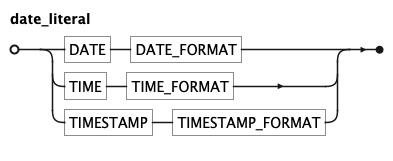
Earlier version of the PlantUML export docs/kql/date_literal.png (koryki-java/core).
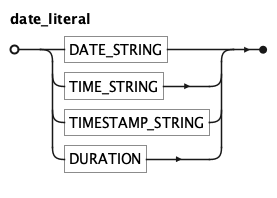
The same diagram one commit later.

The edit, as a diff of the source:
```diff
@@ -6,9 +6,10 @@
 'title date_literal
 
 date_literal =
-  "DATE", "DATE_FORMAT"
-| "TIME", "TIME_FORMAT"
-| "TIMESTAMP", "TIMESTAMP_FORMAT"
+  "DATE_STRING"
+| "TIME_STRING"
+| "TIMESTAMP_STRING"
+| "DURATION"
 ;
 
 
```
